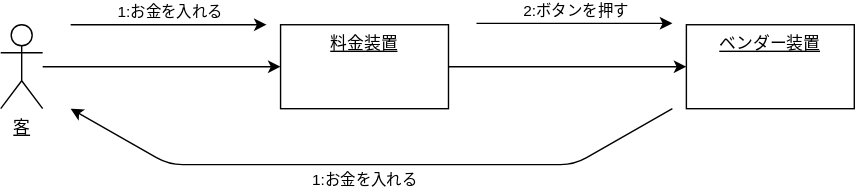
Earlier version of the draw.io export 演習6-4-4_コミュニケーション図_自動販売機.drawio.svg (takashun/uml_intro). Source tidied: cells renumbered, new cells last; positions are measured from the earlier drawing's top-left corner, leaving out a move shared by most shapes.
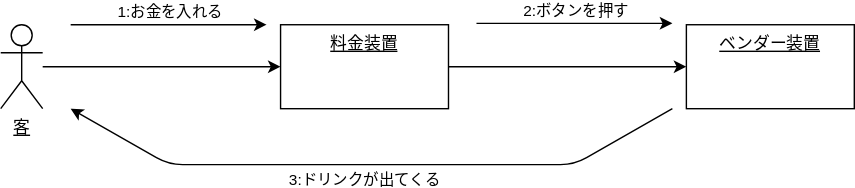
The same file after the commit.

The edit, as a diff of the source:
```diff
@@ -49,7 +49,7 @@
         </Array>
       </mxGeometry>
     </mxCell>
-    <mxCell id="12" value="1:お金を入れる" style="edgeLabel;html=1;align=center;verticalAlign=middle;" parent="11" vertex="1">
+    <mxCell id="12" value="3:ドリンクが出てくる" style="edgeLabel;html=1;align=center;verticalAlign=middle;" parent="11" vertex="1">
       <mxGeometry x="0.21" y="-1" relative="1" as="geometry">
         <mxPoint x="41" y="11" as="offset" />
       </mxGeometry>
```
